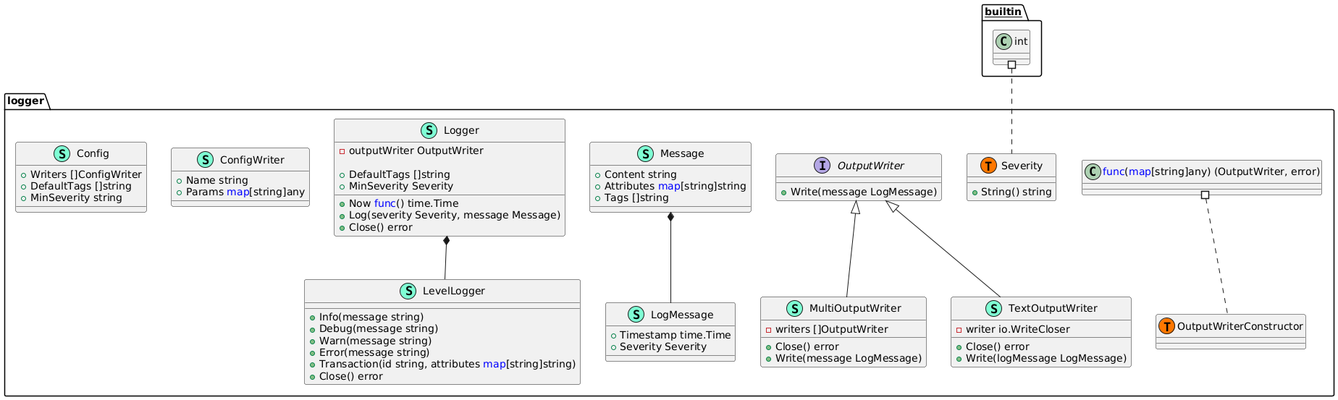
Before: docs/class_diagram.png, a diagram exported from PlantUML (vcsfrl/p-logger).
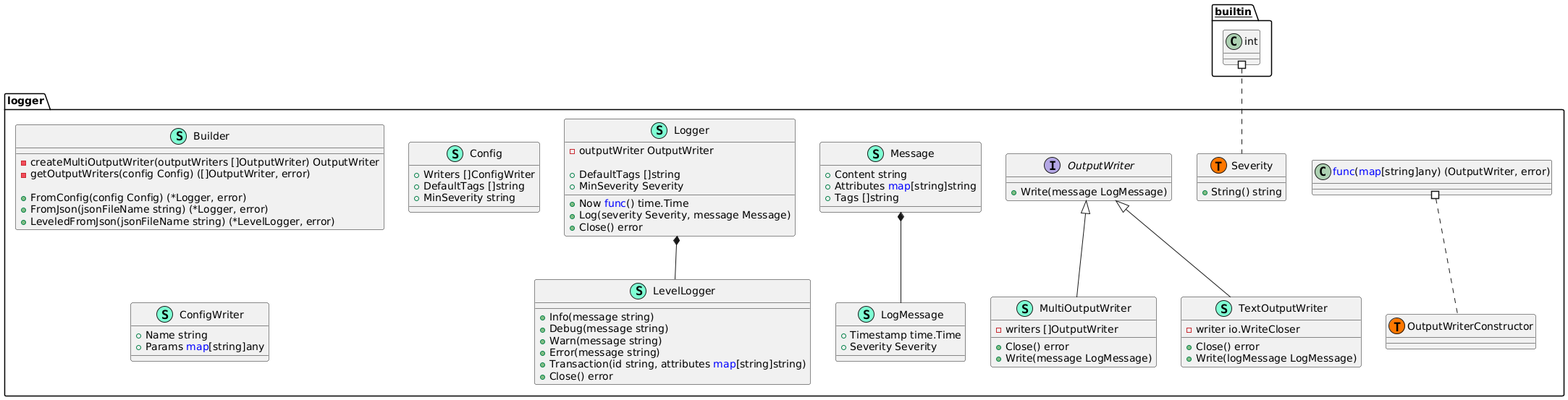
Above is the later version.

Commit message:
Update class diagram after refactor.

Diff of the diagram source:
```diff
@@ -1,5 +1,14 @@
 @startuml
 namespace logger {
+    class Builder << (S,Aquamarine) >> {
+        - createMultiOutputWriter(outputWriters []OutputWriter) OutputWriter
+        - getOutputWriters(config Config) ([]OutputWriter, error)
+
+        + FromConfig(config Config) (*Logger, error)
+        + FromJson(jsonFileName string) (*Logger, error)
+        + LeveledFromJson(jsonFileName string) (*LevelLogger, error)
+
+    }
     class Config << (S,Aquamarine) >> {
         + Writers []ConfigWriter
         + DefaultTags []string
```
